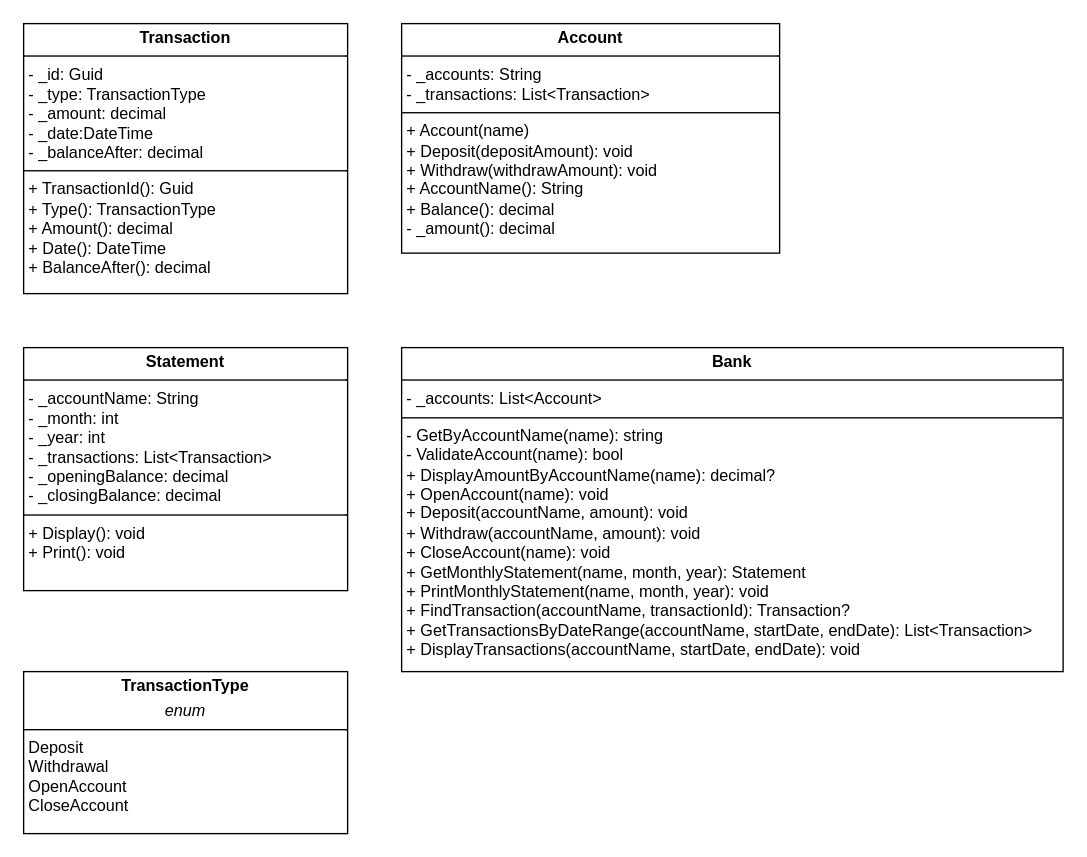
This is BankApp.drawio from jas812000/Draw_io_diagrams, a draw.io file, before an edit. Source tidied: cells renumbered, new cells numbered last; positions are measured from the earlier drawing's top-left corner, leaving out a move shared by most shapes. Both pictures are drawn from the tidied source at 135%, with x=0, y=0 at pixel (23, 23).
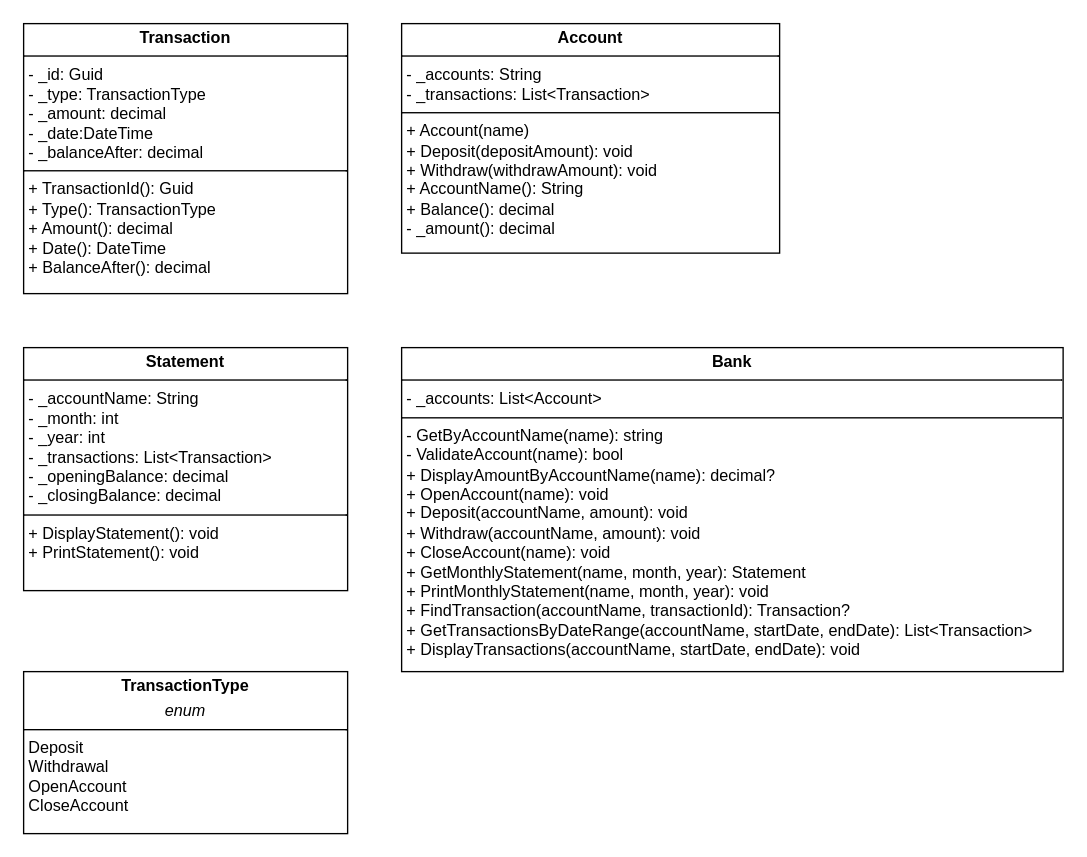
Above is the later version.

What changed in the source:
```diff
@@
 <mxGraphModel>
   <root>
     <mxCell id="0" />
     <mxCell id="1" parent="0" />
     <mxCell id="2" value="&lt;p style=&quot;margin:0px;margin-top:4px;text-align:center;&quot;&gt;&lt;b&gt;Account&lt;/b&gt;&lt;/p&gt;&lt;hr size=&quot;1&quot; style=&quot;border-style:solid;&quot;&gt;&lt;p style=&quot;margin:0px;margin-left:4px;&quot;&gt;- _accounts: String&lt;/p&gt;&lt;p style=&quot;margin:0px;margin-left:4px;&quot;&gt;- _transactions: List&amp;lt;Transaction&amp;gt;&lt;/p&gt;&lt;hr size=&quot;1&quot; style=&quot;border-style:solid;&quot;&gt;&lt;p style=&quot;margin:0px;margin-left:4px;&quot;&gt;+ Account(name)&lt;/p&gt;&lt;p style=&quot;margin:0px;margin-left:4px;&quot;&gt;+ Deposit(depositAmount): void&lt;/p&gt;&lt;p style=&quot;margin:0px;margin-left:4px;&quot;&gt;+ Withdraw(withdrawAmount): void&lt;/p&gt;&lt;p style=&quot;margin:0px;margin-left:4px;&quot;&gt;+ AccountName(): String&lt;/p&gt;&lt;p style=&quot;margin:0px;margin-left:4px;&quot;&gt;+ Balance(): decimal&lt;/p&gt;&lt;p style=&quot;margin:0px;margin-left:4px;&quot;&gt;- _amount(): decimal&lt;/p&gt;" style="verticalAlign=top;align=left;overflow=fill;html=1;whiteSpace=wrap;" parent="1" vertex="1">
       <mxGeometry x="280" width="280" height="170" as="geometry" />
     </mxCell>
     <mxCell id="3" value="&lt;p style=&quot;margin:0px;margin-top:4px;text-align:center;&quot;&gt;&lt;b&gt;Bank&lt;/b&gt;&lt;/p&gt;&lt;hr size=&quot;1&quot; style=&quot;border-style:solid;&quot;&gt;&lt;p style=&quot;margin:0px;margin-left:4px;&quot;&gt;- _accounts: List&amp;lt;Account&amp;gt;&lt;/p&gt;&lt;hr size=&quot;1&quot; style=&quot;border-style:solid;&quot;&gt;&lt;p style=&quot;margin:0px;margin-left:4px;&quot;&gt;- GetByAccountName(name): string&lt;br&gt;&lt;/p&gt;&lt;p style=&quot;margin:0px;margin-left:4px;&quot;&gt;- ValidateAccount(name): bool&lt;br&gt;&lt;/p&gt;&lt;p style=&quot;margin:0px;margin-left:4px;&quot;&gt;+ DisplayAmountByAccountName(name): decimal?&lt;/p&gt;&lt;p style=&quot;margin:0px;margin-left:4px;&quot;&gt;+ OpenAccount(name): void&lt;/p&gt;&lt;p style=&quot;margin:0px;margin-left:4px;&quot;&gt;+ Deposit(accountName, amount): void&lt;/p&gt;&lt;p style=&quot;margin:0px;margin-left:4px;&quot;&gt;+ Withdraw(accountName, amount): void&lt;/p&gt;&lt;p style=&quot;margin:0px;margin-left:4px;&quot;&gt;+ CloseAccount(name): void&lt;/p&gt;&lt;p style=&quot;margin:0px;margin-left:4px;&quot;&gt;+ GetMonthlyStatement(name, month, year): Statement&lt;/p&gt;&lt;p style=&quot;margin:0px;margin-left:4px;&quot;&gt;+ PrintMonthlyStatement(name, month, year): void&lt;/p&gt;&lt;p style=&quot;margin:0px;margin-left:4px;&quot;&gt;+ FindTransaction(accountName, transactionId): Transaction?&lt;/p&gt;&lt;p style=&quot;margin:0px;margin-left:4px;&quot;&gt;+ GetTransactionsByDateRange(accountName, startDate, endDate): List&amp;lt;Transaction&amp;gt;&lt;/p&gt;&lt;p style=&quot;margin:0px;margin-left:4px;&quot;&gt;+ DisplayTransactions(accountName, startDate, endDate): void&lt;/p&gt;&lt;p style=&quot;margin:0px;margin-left:4px;&quot;&gt;&lt;br&gt;&lt;/p&gt;&lt;p style=&quot;margin:0px;margin-left:4px;&quot;&gt;&lt;br&gt;&lt;/p&gt;&lt;p style=&quot;margin:0px;margin-left:4px;&quot;&gt;&lt;br&gt;&lt;/p&gt;" style="verticalAlign=top;align=left;overflow=fill;html=1;whiteSpace=wrap;" parent="1" vertex="1">
       <mxGeometry x="280" y="240" width="490" height="240" as="geometry" />
     </mxCell>
     <mxCell id="4" value="&lt;p style=&quot;margin:0px;margin-top:4px;text-align:center;&quot;&gt;&lt;b&gt;Transaction&lt;/b&gt;&lt;br&gt;&lt;/p&gt;&lt;hr size=&quot;1&quot; style=&quot;border-style:solid;&quot;&gt;&lt;p style=&quot;margin:0px;margin-left:4px;&quot;&gt;- _id: Guid&lt;/p&gt;&lt;p style=&quot;margin:0px;margin-left:4px;&quot;&gt;- _type: TransactionType&lt;/p&gt;&lt;p style=&quot;margin:0px;margin-left:4px;&quot;&gt;- _amount: decimal&lt;/p&gt;&lt;p style=&quot;margin:0px;margin-left:4px;&quot;&gt;- _date:DateTime&lt;/p&gt;&lt;p style=&quot;margin:0px;margin-left:4px;&quot;&gt;- _balanceAfter: decimal&lt;/p&gt;&lt;hr size=&quot;1&quot; style=&quot;border-style:solid;&quot;&gt;&lt;p style=&quot;margin:0px;margin-left:4px;&quot;&gt;+ TransactionId(): Guid&lt;/p&gt;&lt;p style=&quot;margin:0px;margin-left:4px;&quot;&gt;+ Type(): TransactionType&lt;/p&gt;&lt;p style=&quot;margin:0px;margin-left:4px;&quot;&gt;+ Amount(): decimal&lt;/p&gt;&lt;p style=&quot;margin:0px;margin-left:4px;&quot;&gt;+ Date(): DateTime&lt;/p&gt;&lt;p style=&quot;margin:0px;margin-left:4px;&quot;&gt;+ BalanceAfter(): decimal&lt;/p&gt;" style="verticalAlign=top;align=left;overflow=fill;html=1;whiteSpace=wrap;" parent="1" vertex="1">
       <mxGeometry width="240" height="200" as="geometry" />
     </mxCell>
-    <mxCell id="5" value="&lt;p style=&quot;margin:0px;margin-top:4px;text-align:center;&quot;&gt;&lt;b&gt;Statement&lt;/b&gt;&lt;br&gt;&lt;/p&gt;&lt;hr size=&quot;1&quot; style=&quot;border-style:solid;&quot;&gt;&lt;p style=&quot;margin:0px;margin-left:4px;&quot;&gt;- _accountName: String&lt;/p&gt;&lt;p style=&quot;margin:0px;margin-left:4px;&quot;&gt;- _month: int&lt;/p&gt;&lt;p style=&quot;margin:0px;margin-left:4px;&quot;&gt;- _year: int&lt;/p&gt;&lt;p style=&quot;margin:0px;margin-left:4px;&quot;&gt;- _transactions: List&amp;lt;Transaction&amp;gt;&lt;/p&gt;&lt;p style=&quot;margin:0px;margin-left:4px;&quot;&gt;- _openingBalance: decimal&lt;/p&gt;&lt;p style=&quot;margin:0px;margin-left:4px;&quot;&gt;- _closingBalance: decimal&lt;/p&gt;&lt;hr size=&quot;1&quot; style=&quot;border-style:solid;&quot;&gt;&lt;p style=&quot;margin:0px;margin-left:4px;&quot;&gt;+ Display(): void&lt;/p&gt;&lt;p style=&quot;margin:0px;margin-left:4px;&quot;&gt;+ Print(): void&lt;/p&gt;" style="verticalAlign=top;align=left;overflow=fill;html=1;whiteSpace=wrap;" parent="1" vertex="1">
+    <mxCell id="5" value="&lt;p style=&quot;margin:0px;margin-top:4px;text-align:center;&quot;&gt;&lt;b&gt;Statement&lt;/b&gt;&lt;br&gt;&lt;/p&gt;&lt;hr size=&quot;1&quot; style=&quot;border-style:solid;&quot;&gt;&lt;p style=&quot;margin:0px;margin-left:4px;&quot;&gt;- _accountName: String&lt;/p&gt;&lt;p style=&quot;margin:0px;margin-left:4px;&quot;&gt;- _month: int&lt;/p&gt;&lt;p style=&quot;margin:0px;margin-left:4px;&quot;&gt;- _year: int&lt;/p&gt;&lt;p style=&quot;margin:0px;margin-left:4px;&quot;&gt;- _transactions: List&amp;lt;Transaction&amp;gt;&lt;/p&gt;&lt;p style=&quot;margin:0px;margin-left:4px;&quot;&gt;- _openingBalance: decimal&lt;/p&gt;&lt;p style=&quot;margin:0px;margin-left:4px;&quot;&gt;- _closingBalance: decimal&lt;/p&gt;&lt;hr size=&quot;1&quot; style=&quot;border-style:solid;&quot;&gt;&lt;p style=&quot;margin:0px;margin-left:4px;&quot;&gt;+ DisplayStatement(): void&lt;/p&gt;&lt;p style=&quot;margin:0px;margin-left:4px;&quot;&gt;+ PrintStatement(): void&lt;/p&gt;" style="verticalAlign=top;align=left;overflow=fill;html=1;whiteSpace=wrap;" parent="1" vertex="1">
       <mxGeometry y="240" width="240" height="180" as="geometry" />
     </mxCell>
     <mxCell id="6" value="&lt;p style=&quot;margin:0px;margin-top:4px;text-align:center;&quot;&gt;&lt;b&gt;TransactionType&lt;/b&gt;&lt;/p&gt;&lt;p style=&quot;margin:0px;margin-top:4px;text-align:center;&quot;&gt;&lt;i&gt;enum&lt;/i&gt;&lt;/p&gt;&lt;hr size=&quot;1&quot; style=&quot;border-style:solid;&quot;&gt;&lt;p style=&quot;margin:0px;margin-left:4px;&quot;&gt;Deposit&lt;/p&gt;&lt;p style=&quot;margin:0px;margin-left:4px;&quot;&gt;Withdrawal&lt;/p&gt;&lt;p style=&quot;margin:0px;margin-left:4px;&quot;&gt;OpenAccount&lt;/p&gt;&lt;p style=&quot;margin:0px;margin-left:4px;&quot;&gt;CloseAccount&lt;/p&gt;&lt;p style=&quot;margin:0px;margin-left:4px;&quot;&gt;&lt;br&gt;&lt;/p&gt;&lt;p style=&quot;margin:0px;margin-left:4px;&quot;&gt;&lt;br&gt;&lt;/p&gt;" style="verticalAlign=top;align=left;overflow=fill;html=1;whiteSpace=wrap;" parent="1" vertex="1">
       <mxGeometry y="480" width="240" height="120" as="geometry" />
     </mxCell>
   </root>
 </mxGraphModel>
```
